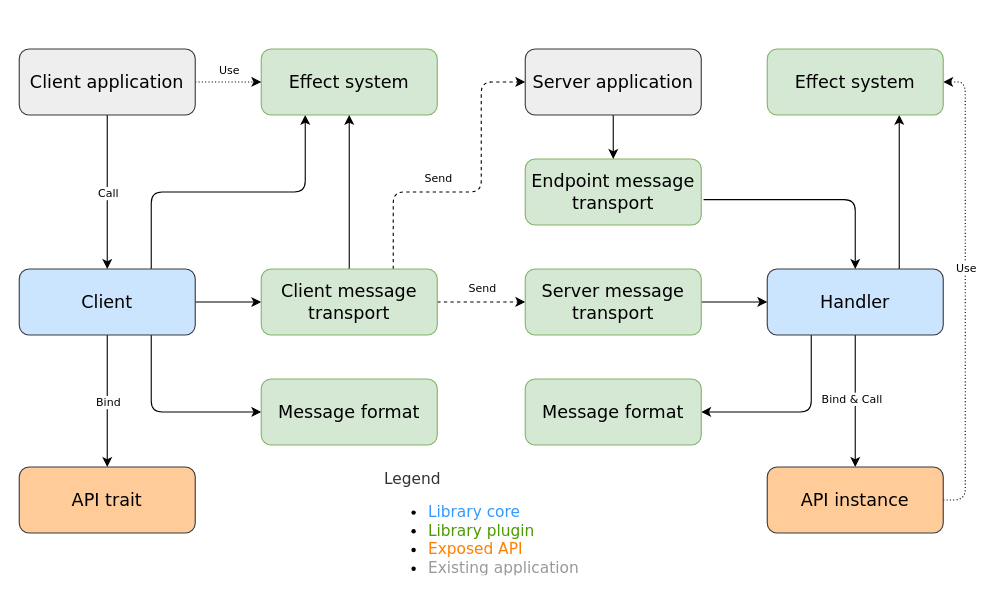
Above: doc/diagrams/architecture.drawio in martin-ockajak/automorph (draw.io), before the change. Source tidied: cells renumbered, new cells numbered last; positions are measured from the earlier drawing's top-left corner, leaving out a move shared by most shapes. Both pictures are drawn from the tidied source at 110%, with x=0, y=0 at pixel (19, 48).
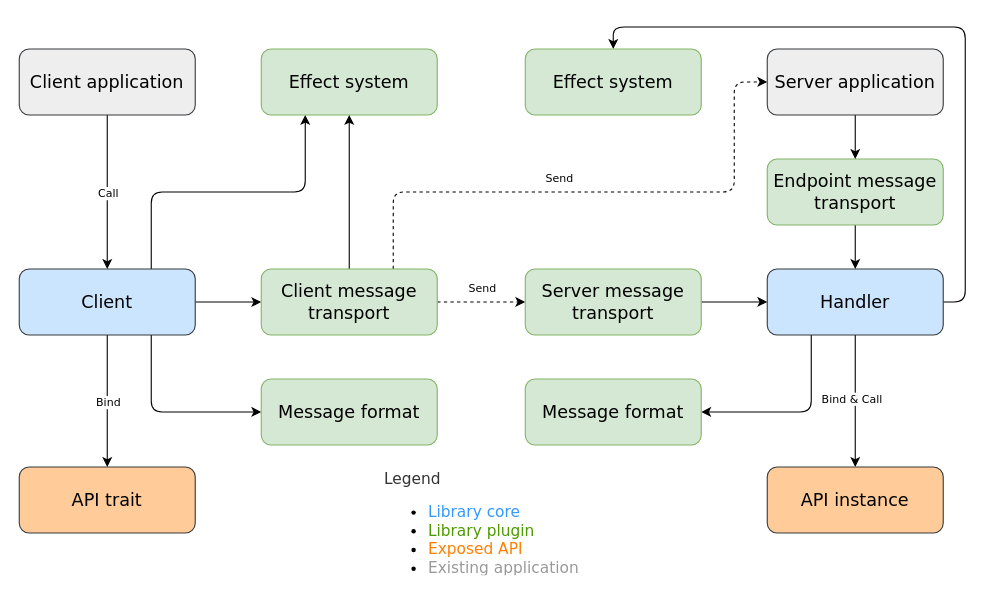
The same page after the edit.

Unchanged cells that the change refers to:
```xml
<mxCell id="12" value="&lt;font style=&quot;font-size: 16px;&quot;&gt;Handler&lt;/font&gt;" style="rounded=1;whiteSpace=wrap;html=1;fillColor=#cce5ff;strokeColor=#36393d;fontFamily=Verdana;fontSize=16;" parent="1" vertex="1">
  <mxGeometry x="680" y="200" width="160" height="60" as="geometry" />
</mxCell>
<mxCell id="13" value="&lt;font style=&quot;font-size: 16px;&quot;&gt;Effect system&lt;/font&gt;" style="rounded=1;whiteSpace=wrap;html=1;fillColor=#d5e8d4;strokeColor=#82b366;fontFamily=Verdana;fontSize=16;verticalAlign=middle;" parent="1" vertex="1">
  <mxGeometry x="220" width="160" height="60" as="geometry" />
</mxCell>
<mxCell id="18" value="&lt;font style=&quot;font-size: 16px&quot;&gt;Client message transport&lt;/font&gt;" style="rounded=1;whiteSpace=wrap;html=1;fillColor=#d5e8d4;strokeColor=#82b366;fontFamily=Verdana;fontSize=16;" parent="1" vertex="1">
  <mxGeometry x="220" y="200" width="160" height="60" as="geometry" />
</mxCell>
<mxCell id="25" value="&lt;font style=&quot;font-size: 16px&quot;&gt;API instance&lt;/font&gt;" style="rounded=1;whiteSpace=wrap;html=1;fillColor=#ffcc99;strokeColor=#36393d;fontFamily=Verdana;fontSize=16;" parent="1" vertex="1">
  <mxGeometry x="680" y="380" width="160" height="60" as="geometry" />
</mxCell>
<mxCell id="30" value="&lt;font style=&quot;font-size: 16px&quot;&gt;Client application&lt;/font&gt;" style="rounded=1;whiteSpace=wrap;html=1;fillColor=#eeeeee;strokeColor=#36393d;fontFamily=Verdana;fontSize=16;" parent="1" vertex="1">
  <mxGeometry width="160" height="60" as="geometry" />
</mxCell>
```

Change to the diagram source:
```diff
@@
-    <mxCell id="11" style="edgeStyle=orthogonalEdgeStyle;rounded=1;jettySize=auto;html=1;exitX=0.75;exitY=0;exitDx=0;exitDy=0;entryX=0.75;entryY=1;entryDx=0;entryDy=0;fontFamily=Verdana;fontSize=16;strokeColor=#000000;" parent="1" edge="1" source="12" target="31">
-      <mxGeometry relative="1" as="geometry" />
+    <mxCell id="11" style="edgeStyle=orthogonalEdgeStyle;rounded=1;jettySize=auto;html=1;exitX=1;exitY=0.5;exitDx=0;exitDy=0;entryX=0.5;entryY=0;entryDx=0;entryDy=0;fontFamily=Verdana;fontSize=16;strokeColor=#000000;" parent="1" edge="1" source="12" target="31">
+      <mxGeometry relative="1" as="geometry">
+        <Array as="points">
+          <mxPoint x="860" y="230" />
+          <mxPoint x="860" y="-20" />
+          <mxPoint x="540" y="-20" />
+        </Array>
+      </mxGeometry>
     </mxCell>
@@
     <mxCell id="16" style="edgeStyle=orthogonalEdgeStyle;rounded=1;jettySize=auto;html=1;exitX=0.75;exitY=0;exitDx=0;exitDy=0;fontFamily=Verdana;fontSize=16;dashed=1;entryX=0;entryY=0.5;entryDx=0;entryDy=0;" parent="1" edge="1" source="18" target="27">
       <mxGeometry relative="1" as="geometry">
         <Array as="points">
           <mxPoint x="340" y="130" />
-          <mxPoint x="420" y="130" />
-          <mxPoint x="420" y="30" />
+          <mxPoint x="650" y="130" />
+          <mxPoint x="650" y="30" />
         </Array>
       </mxGeometry>
     </mxCell>
@@
-    <mxCell id="21" style="edgeStyle=orthogonalEdgeStyle;rounded=1;jettySize=auto;html=1;exitX=1.013;exitY=0.617;exitDx=0;exitDy=0;entryX=0.5;entryY=0;entryDx=0;entryDy=0;fontFamily=Verdana;fontSize=16;strokeColor=#000000;exitPerimeter=0;" parent="1" edge="1" source="22" target="12">
+    <mxCell id="21" style="edgeStyle=orthogonalEdgeStyle;rounded=1;jettySize=auto;html=1;exitX=0.5;exitY=1;exitDx=0;exitDy=0;entryX=0.5;entryY=0;entryDx=0;entryDy=0;fontFamily=Verdana;fontSize=16;strokeColor=#000000;" parent="1" edge="1" source="22" target="12">
       <mxGeometry relative="1" as="geometry" />
     </mxCell>
+    <mxCell id="41" style="edgeStyle=orthogonalEdgeStyle;rounded=0;jettySize=auto;html=1;exitX=0.75;exitY=1;exitDx=0;exitDy=0;" parent="1" edge="1" source="22">
+      <mxGeometry relative="1" as="geometry">
+        <mxPoint x="799.7" y="159.8" as="targetPoint" />
+      </mxGeometry>
+    </mxCell>
     <mxCell id="22" value="&lt;font style=&quot;font-size: 16px&quot;&gt;Endpoint message transport&lt;/font&gt;" style="rounded=1;whiteSpace=wrap;html=1;fillColor=#d5e8d4;strokeColor=#82b366;fontFamily=Verdana;fontSize=16;" parent="1" vertex="1">
-      <mxGeometry x="460" y="100" width="160" height="60" as="geometry" />
+      <mxGeometry x="680" y="100" width="160" height="60" as="geometry" />
     </mxCell>
@@
-    <mxCell id="24" style="edgeStyle=orthogonalEdgeStyle;rounded=1;jettySize=auto;html=1;exitX=1;exitY=0.5;exitDx=0;exitDy=0;entryX=1;entryY=0.5;entryDx=0;entryDy=0;dashed=1;dashPattern=1 2;fontFamily=Verdana;fontSize=10;strokeColor=#000000;" parent="1" edge="1" source="25" target="31">
-      <mxGeometry relative="1" as="geometry" />
-    </mxCell>
@@
     <mxCell id="27" value="&lt;font style=&quot;font-size: 16px&quot;&gt;Server application&lt;/font&gt;" style="rounded=1;whiteSpace=wrap;html=1;fillColor=#eeeeee;strokeColor=#36393d;fontFamily=Verdana;fontSize=16;" parent="1" vertex="1">
-      <mxGeometry x="460" width="160" height="60" as="geometry" />
+      <mxGeometry x="680" width="160" height="60" as="geometry" />
     </mxCell>
@@
-    <mxCell id="29" style="edgeStyle=orthogonalEdgeStyle;rounded=1;jettySize=auto;html=1;exitX=1;exitY=0.5;exitDx=0;exitDy=0;entryX=0;entryY=0.5;entryDx=0;entryDy=0;fontFamily=Verdana;fontSize=10;strokeColor=#000000;dashed=1;dashPattern=1 2;" parent="1" edge="1" source="30" target="13">
-      <mxGeometry relative="1" as="geometry" />
-    </mxCell>
@@
     <mxCell id="31" value="&lt;font style=&quot;font-size: 16px;&quot;&gt;Effect system&lt;/font&gt;" style="rounded=1;whiteSpace=wrap;html=1;fillColor=#d5e8d4;strokeColor=#82b366;fontFamily=Verdana;fontSize=16;verticalAlign=middle;" parent="1" vertex="1">
-      <mxGeometry x="680" width="160" height="60" as="geometry" />
+      <mxGeometry x="460" width="160" height="60" as="geometry" />
     </mxCell>
@@
     <mxCell id="36" value="Send" style="edgeLabel;html=1;align=center;verticalAlign=middle;fontSize=10;fontFamily=Verdana;" parent="1" vertex="1">
-      <mxGeometry x="390" y="110" as="geometry">
+      <mxGeometry x="500" y="110" as="geometry">
         <mxPoint x="-10" y="6" as="offset" />
       </mxGeometry>
     </mxCell>
@@
-    <mxCell id="38" value="Use" style="edgeLabel;html=1;align=center;verticalAlign=middle;fontSize=10;fontFamily=Verdana;" parent="1" vertex="1">
-      <mxGeometry x="200" y="20" as="geometry">
-        <mxPoint x="-10" y="-2" as="offset" />
-      </mxGeometry>
-    </mxCell>
-    <mxCell id="39" value="Use" style="edgeLabel;html=1;align=center;verticalAlign=middle;fontSize=10;fontFamily=Verdana;" parent="1" vertex="1">
-      <mxGeometry x="870" y="200" as="geometry">
-        <mxPoint x="-10" y="-2" as="offset" />
-      </mxGeometry>
-    </mxCell>
```
